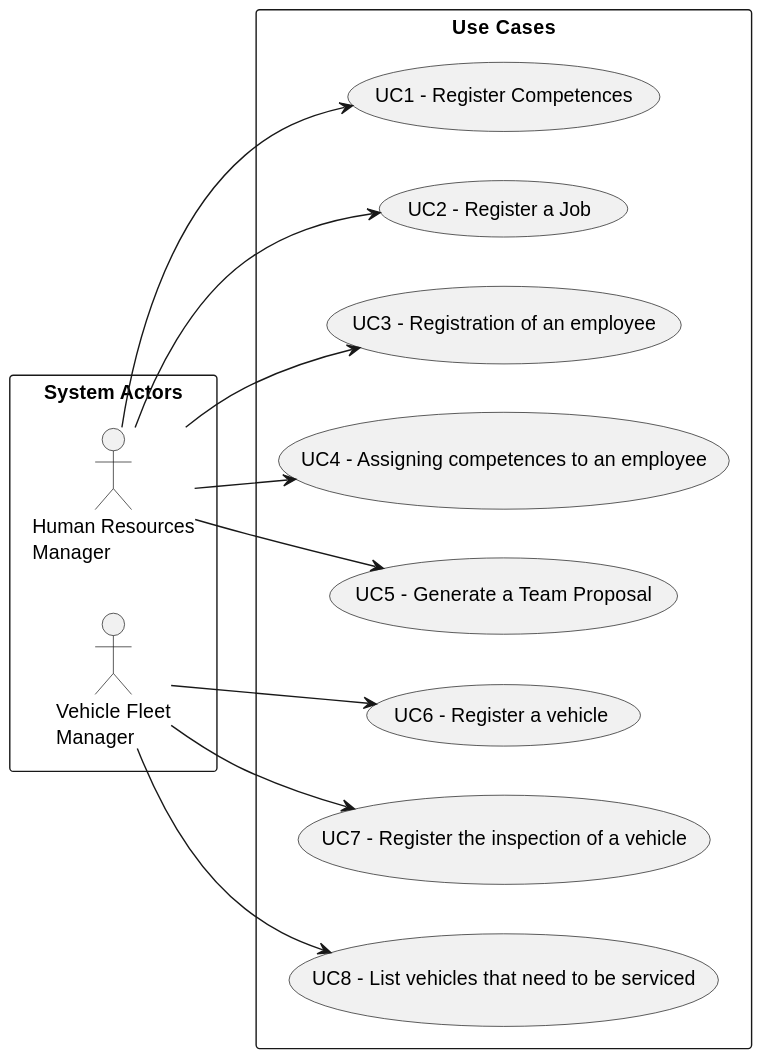
This is docs/sprintB/global-artifacts/01.requirements-engineering/svg/use-case-diagram.svg from diogoveirospro/lei-24-s2-1dg-g072, a PlantUML export, as it was before one commit.
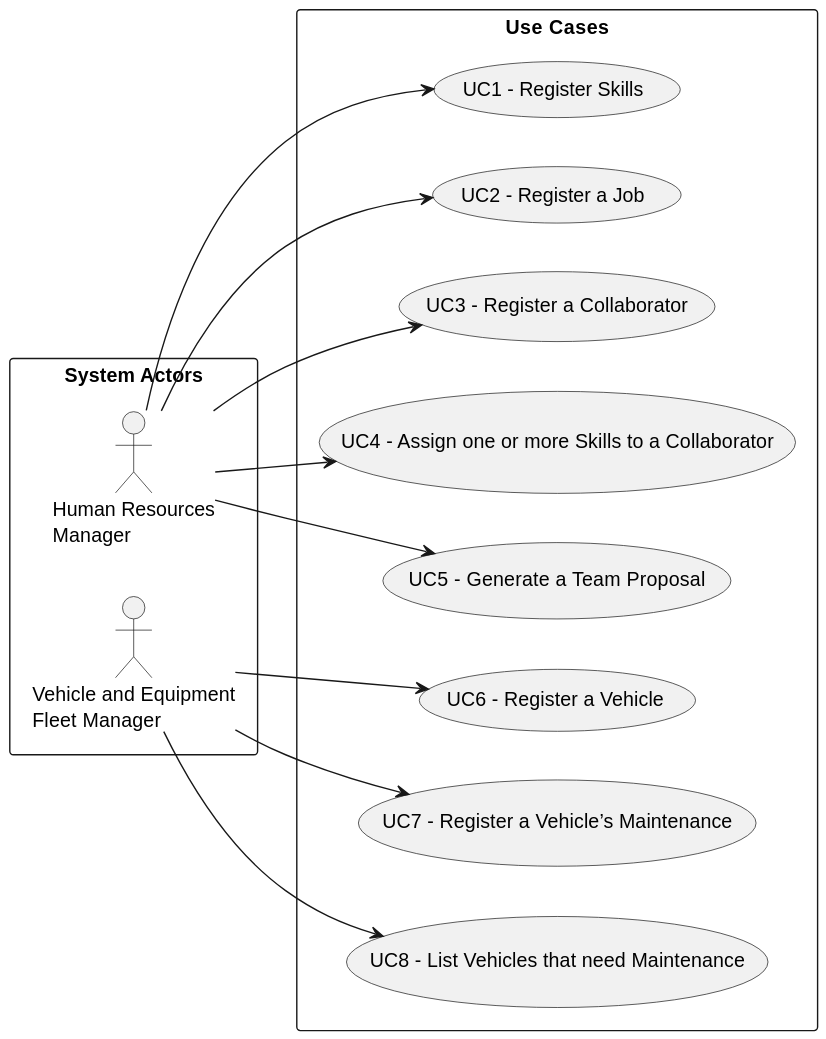
The same diagram one commit later.

Change to the diagram source:
```diff
@@ -7,33 +7,33 @@
 
 rectangle "System Actors" as actors {
     actor "Human Resources\nManager" as HRM
-    actor "Vehicle Fleet\nManager" as FM
+    actor "Vehicle and Equipment\nFleet Manager" as VFM
 }
 
 
 rectangle "Use Cases" as usecases{
-    usecase "UC1 - Register Competences" as UC1
+    usecase "UC1 - Register Skills" as UC1
     HRM --> UC1
 
     usecase "UC2 - Register a Job" as UC2
     HRM --> UC2
 
-    usecase "UC3 - Registration of an employee" as UC3
+    usecase "UC3 - Register a Collaborator" as UC3
     HRM --> UC3
 
-    usecase "UC4 - Assigning competences to an employee" as UC4
+    usecase "UC4 - Assign one or more Skills to a Collaborator" as UC4
     HRM --> UC4
 
     usecase "UC5 - Generate a Team Proposal" as UC5
     HRM --> UC5
 
-    usecase "UC6 - Register a vehicle" as UC6
-    FM --> UC6
+    usecase "UC6 - Register a Vehicle" as UC6
+    VFM --> UC6
 
-    usecase "UC7 - Register the inspection of a vehicle" as UC7
-    FM --> UC7
+    usecase "UC7 - Register a Vehicle’s Maintenance" as UC7
+    VFM --> UC7
 
-    usecase "UC8 - List vehicles that need to be serviced" as UC8
-    FM --> UC8
+    usecase "UC8 - List Vehicles that need Maintenance" as UC8
+    VFM --> UC8
 }
 @enduml
```
